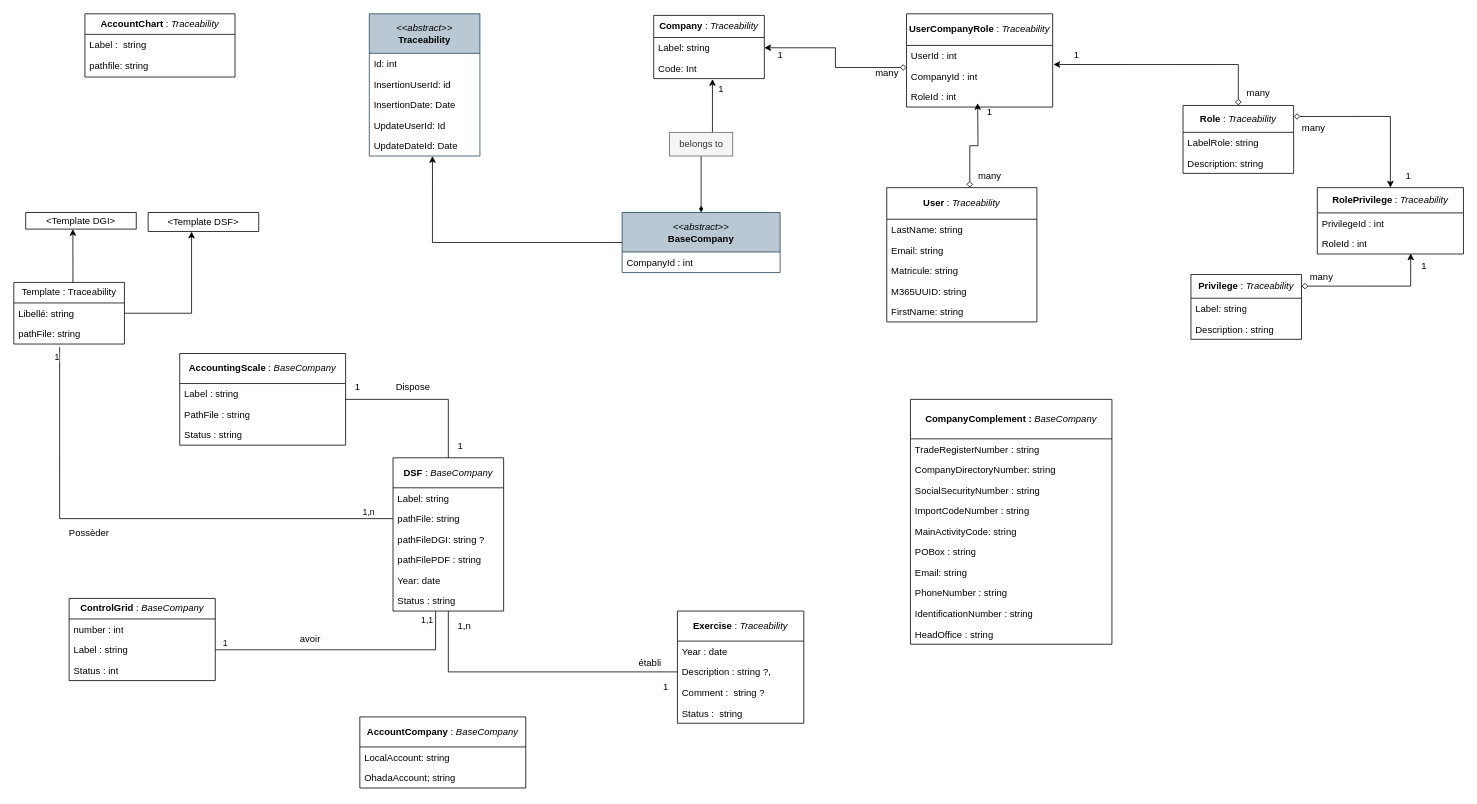
This is page "Diagramme_classe" (1 of 5) of Conception_DSF.drawio from Michelle-Ngami/Conception_DSF, a draw.io file, before an edit. Source tidied: cells renumbered, new cells numbered last; positions are measured from the earlier drawing's top-left corner, leaving out a move shared by most shapes. Both pictures are drawn from the tidied source at 79%, with x=0, y=0 at pixel (13, 13).
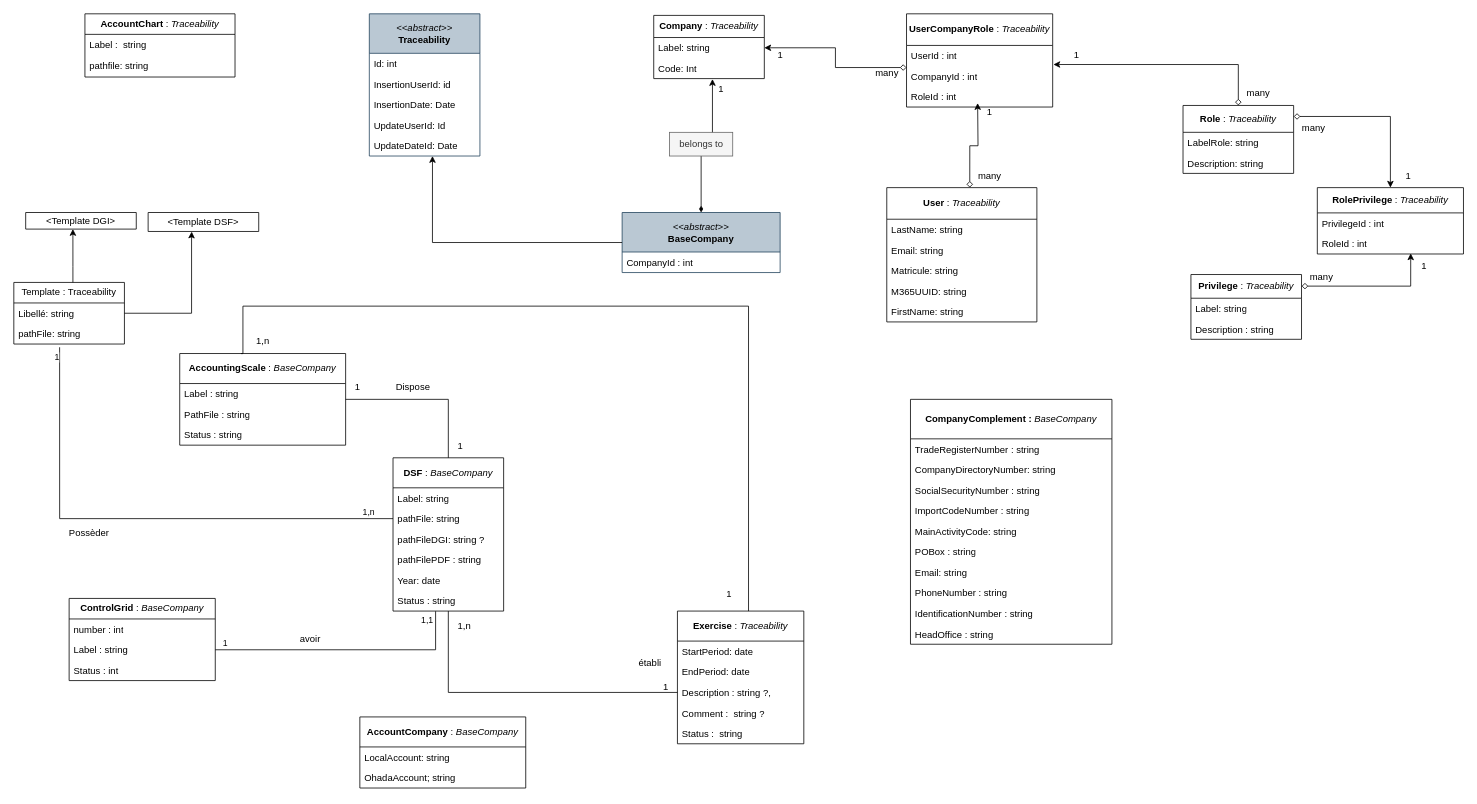
Above is the later version.

Commit message:
Mettre à jour Conception_DSF.drawio

The change refers to these unchanged cells:
```xml
<mxCell id="92" value="&lt;b&gt;AccountingScale&amp;nbsp;&lt;/b&gt;: &lt;i&gt;BaseCompany&lt;/i&gt;" style="swimlane;fontStyle=0;horizontal=1;startSize=38;fillColor=none;whiteSpace=wrap;html=1;" parent="1" vertex="1">
  <mxGeometry x="210" y="430" width="210" height="116" as="geometry" />
</mxCell>
```

Diff of the diagram source:
```diff
@@
     <mxCell id="84" value="&lt;b&gt;Exercise&amp;nbsp;&lt;/b&gt;: &lt;i&gt;Traceability&lt;/i&gt;" style="swimlane;fontStyle=0;horizontal=1;startSize=38;fillColor=none;whiteSpace=wrap;html=1;" parent="1" vertex="1">
-      <mxGeometry x="840" y="756" width="160" height="142" as="geometry" />
+      <mxGeometry x="840" y="756" width="160" height="168" as="geometry" />
     </mxCell>
+    <mxCell id="111" value="&lt;span style=&quot;background-color: transparent; color: light-dark(rgb(0, 0, 0), rgb(255, 255, 255));&quot;&gt;StartPeriod&lt;/span&gt;: date" style="text;strokeColor=none;fillColor=none;align=left;verticalAlign=top;spacingLeft=4;spacingRight=4;overflow=hidden;whiteSpace=wrap;html=1;" parent="84" vertex="1">
+      <mxGeometry y="38" width="160" height="26" as="geometry" />
+    </mxCell>
-    <mxCell id="85" value="Year : date" style="text;strokeColor=none;fillColor=none;align=left;verticalAlign=top;spacingLeft=4;spacingRight=4;overflow=hidden;whiteSpace=wrap;html=1;" parent="84" vertex="1">
-      <mxGeometry y="38" width="160" height="26" as="geometry" />
+    <mxCell id="85" value="EndPeriod: date" style="text;strokeColor=none;fillColor=none;align=left;verticalAlign=top;spacingLeft=4;spacingRight=4;overflow=hidden;whiteSpace=wrap;html=1;" parent="84" vertex="1">
+      <mxGeometry y="64" width="160" height="26" as="geometry" />
     </mxCell>
     <mxCell id="86" value="Description : string ?,&lt;div&gt;&lt;br&gt;&lt;/div&gt;" style="text;strokeColor=none;fillColor=none;align=left;verticalAlign=top;spacingLeft=4;spacingRight=4;overflow=hidden;points=[[0,0.5],[1,0.5]];portConstraint=eastwest;whiteSpace=wrap;html=1;" parent="84" vertex="1">
-      <mxGeometry y="64" width="160" height="26" as="geometry" />
+      <mxGeometry y="90" width="160" height="26" as="geometry" />
     </mxCell>
     <mxCell id="87" value="Comment :&amp;nbsp; string ?" style="text;strokeColor=none;fillColor=none;align=left;verticalAlign=top;spacingLeft=4;spacingRight=4;overflow=hidden;whiteSpace=wrap;html=1;" parent="84" vertex="1">
-      <mxGeometry y="90" width="160" height="26" as="geometry" />
+      <mxGeometry y="116" width="160" height="26" as="geometry" />
     </mxCell>
     <mxCell id="88" value="Status :&amp;nbsp; string" style="text;strokeColor=none;fillColor=none;align=left;verticalAlign=top;spacingLeft=4;spacingRight=4;overflow=hidden;whiteSpace=wrap;html=1;" parent="84" vertex="1">
-      <mxGeometry y="116" width="160" height="26" as="geometry" />
+      <mxGeometry y="142" width="160" height="26" as="geometry" />
     </mxCell>
@@
+    <mxCell id="112" style="edgeStyle=orthogonalEdgeStyle;rounded=0;jettySize=auto;html=1;entryX=0.5;entryY=0;entryDx=0;entryDy=0;endArrow=none;startFill=0;exitX=0.369;exitY=0.001;exitDx=0;exitDy=0;exitPerimeter=0;" parent="1" edge="1" source="92">
+      <mxGeometry relative="1" as="geometry">
+        <mxPoint x="930" y="756" as="targetPoint" />
+        <Array as="points">
+          <mxPoint x="290" y="430" />
+          <mxPoint x="290" y="370" />
+          <mxPoint x="930" y="370" />
+        </Array>
+      </mxGeometry>
+    </mxCell>
+    <mxCell id="113" value="1" style="text;html=1;align=center;verticalAlign=middle;strokeColor=none;fillColor=none;" parent="1" vertex="1">
+      <mxGeometry x="890" y="720" width="30" height="30" as="geometry" />
+    </mxCell>
+    <mxCell id="114" value="1,n" style="text;html=1;align=center;verticalAlign=middle;strokeColor=none;fillColor=none;" parent="1" vertex="1">
+      <mxGeometry x="295" y="400" width="40" height="30" as="geometry" />
+    </mxCell>
```
